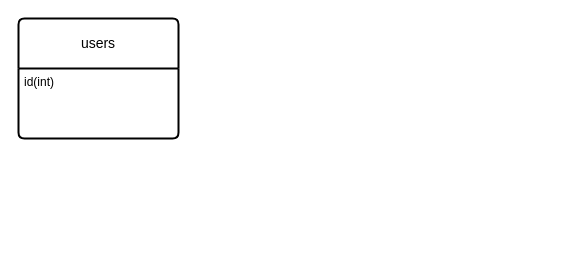
This is erd_livepost.drawio from psalmistcom/erd_livepost, a draw.io file, before an edit. Source tidied: cells renumbered, new cells numbered last; positions are measured from the earlier drawing's top-left corner, leaving out a move shared by most shapes. Both pictures are drawn from the tidied source at 100%, with x=0, y=0 at pixel (18, 18).
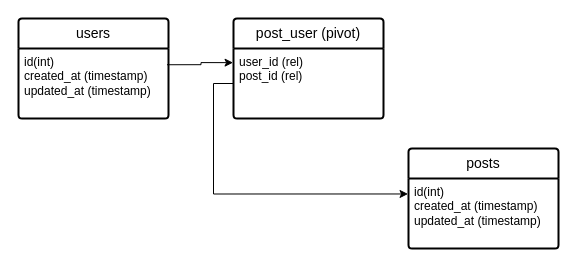
The same diagram, later.

Change to the diagram source:
```diff
@@
 <mxGraphModel>
   <root>
     <mxCell id="0" />
     <mxCell id="1" parent="0" />
-    <mxCell id="2" value="users" style="swimlane;horizontal=1;startSize=50;rounded=1;fontSize=14;fontStyle=0;strokeWidth=2;shadow=0;dashed=0;align=center;arcSize=4;whiteSpace=wrap;html=1;" parent="1" vertex="1">
-      <mxGeometry width="160" height="120" as="geometry" />
+    <mxCell id="2" value="users" style="swimlane;horizontal=1;startSize=30;rounded=1;fontSize=14;fontStyle=0;strokeWidth=2;shadow=0;dashed=0;align=center;arcSize=4;whiteSpace=wrap;html=1;" parent="1" vertex="1">
+      <mxGeometry width="150" height="100" as="geometry" />
     </mxCell>
-    <mxCell id="3" value="id(int)" style="align=left;strokeColor=none;fillColor=none;spacingLeft=4;fontSize=12;verticalAlign=top;html=1;" parent="2" vertex="1">
-      <mxGeometry y="50" width="160" height="70" as="geometry" />
+    <mxCell id="3" value="id(int)&lt;br&gt;created_at (timestamp)&lt;br&gt;updated_at (timestamp)" style="align=left;strokeColor=none;fillColor=none;spacingLeft=4;fontSize=12;verticalAlign=top;html=1;" parent="2" vertex="1">
+      <mxGeometry y="30" width="150" height="70" as="geometry" />
     </mxCell>
+    <mxCell id="4" value="posts" style="swimlane;horizontal=1;startSize=30;rounded=1;fontSize=14;fontStyle=0;strokeWidth=2;shadow=0;dashed=0;align=center;arcSize=4;whiteSpace=wrap;html=1;" parent="1" vertex="1">
+      <mxGeometry x="390" y="130" width="150" height="100" as="geometry" />
+    </mxCell>
+    <mxCell id="5" value="id(int)&lt;br&gt;created_at (timestamp)&lt;br&gt;updated_at (timestamp)" style="align=left;strokeColor=none;fillColor=none;spacingLeft=4;fontSize=12;verticalAlign=top;html=1;" parent="4" vertex="1">
+      <mxGeometry y="30" width="150" height="70" as="geometry" />
+    </mxCell>
+    <mxCell id="6" value="post_user (pivot)" style="swimlane;horizontal=1;startSize=30;rounded=1;fontSize=14;fontStyle=0;strokeWidth=2;shadow=0;dashed=0;align=center;arcSize=4;whiteSpace=wrap;html=1;" parent="1" vertex="1">
+      <mxGeometry x="215" width="150" height="100" as="geometry" />
+    </mxCell>
+    <mxCell id="7" value="user_id (rel)&lt;br&gt;post_id (rel)" style="align=left;strokeColor=none;fillColor=none;spacingLeft=4;fontSize=12;verticalAlign=top;html=1;" parent="6" vertex="1">
+      <mxGeometry y="30" width="150" height="70" as="geometry" />
+    </mxCell>
+    <mxCell id="8" style="edgeStyle=orthogonalEdgeStyle;rounded=0;jettySize=auto;html=1;entryX=-0.003;entryY=0.202;entryDx=0;entryDy=0;entryPerimeter=0;exitX=0.99;exitY=0.232;exitDx=0;exitDy=0;exitPerimeter=0;" parent="1" edge="1" source="3" target="7">
+      <mxGeometry relative="1" as="geometry" />
+    </mxCell>
+    <mxCell id="9" style="edgeStyle=orthogonalEdgeStyle;rounded=0;jettySize=auto;html=1;exitX=0;exitY=0.5;exitDx=0;exitDy=0;entryX=-0.003;entryY=0.221;entryDx=0;entryDy=0;entryPerimeter=0;" parent="1" edge="1" source="7" target="5">
+      <mxGeometry relative="1" as="geometry" />
+    </mxCell>
   </root>
 </mxGraphModel>
```
